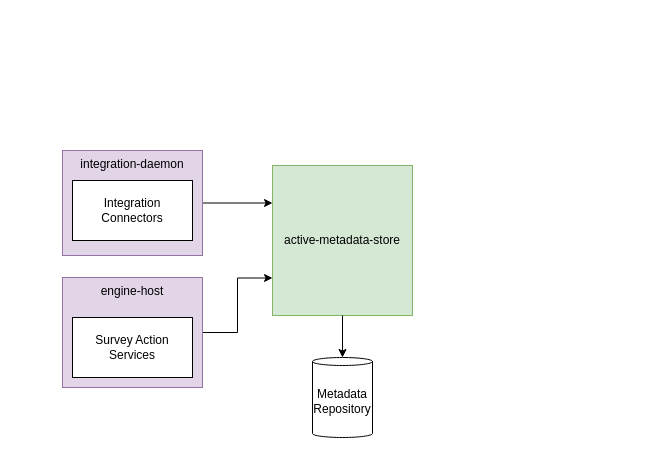
Before: page "Page-16" (16 of 16) of site/docs/frameworks/saf/survey-action.drawio in odpi/egeria-docs, a draw.io diagram. Source tidied: cells renumbered, new cells numbered last; positions are measured from the earlier drawing's top-left corner, leaving out a move shared by most shapes. Both pictures are drawn from the tidied source at 100%, with x=0, y=0 at pixel (62, 150).
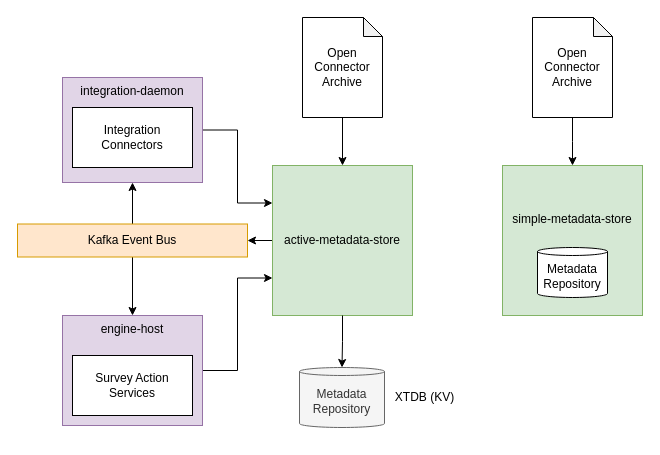
The same diagram, later.

The change refers to these unchanged cells:
```xml
<mxCell id="2" value="active-metadata-store" style="rounded=0;whiteSpace=wrap;html=1;verticalAlign=middle;fillColor=#d5e8d4;strokeColor=#82b366;" parent="1" vertex="1">
  <mxGeometry x="210" y="15" width="140" height="150" as="geometry" />
</mxCell>
```

What changed in the source:
```diff
@@
+    <mxCell id="11" style="edgeStyle=orthogonalEdgeStyle;rounded=0;jettySize=auto;html=1;exitX=0;exitY=0.5;exitDx=0;exitDy=0;entryX=1;entryY=0.5;entryDx=0;entryDy=0;" parent="1" edge="1" source="2" target="17">
+      <mxGeometry relative="1" as="geometry" />
+    </mxCell>
@@
     <mxCell id="4" value="integration-daemon" style="rounded=0;whiteSpace=wrap;html=1;verticalAlign=top;fillColor=#e1d5e7;strokeColor=#9673a6;" parent="1" vertex="1">
-      <mxGeometry width="140" height="105" as="geometry" />
+      <mxGeometry y="-73" width="140" height="105" as="geometry" />
     </mxCell>
@@
     <mxCell id="6" value="engine-host" style="rounded=0;whiteSpace=wrap;html=1;verticalAlign=top;fillColor=#e1d5e7;strokeColor=#9673a6;" parent="1" vertex="1">
-      <mxGeometry y="127" width="140" height="110" as="geometry" />
+      <mxGeometry y="165" width="140" height="110" as="geometry" />
     </mxCell>
     <mxCell id="7" value="Survey Action&lt;br&gt;Services" style="rounded=0;whiteSpace=wrap;html=1;" parent="1" vertex="1">
-      <mxGeometry x="10" y="167" width="120" height="60" as="geometry" />
+      <mxGeometry x="10" y="205" width="120" height="60" as="geometry" />
     </mxCell>
     <mxCell id="8" value="Integration&lt;br&gt;Connectors" style="rounded=0;whiteSpace=wrap;html=1;" parent="1" vertex="1">
-      <mxGeometry x="10" y="30" width="120" height="60" as="geometry" />
+      <mxGeometry x="10" y="-43" width="120" height="60" as="geometry" />
     </mxCell>
-    <mxCell id="9" value="Metadata&lt;br&gt;Repository" style="shape=cylinder3;whiteSpace=wrap;html=1;boundedLbl=1;backgroundOutline=1;size=4;" parent="1" vertex="1">
-      <mxGeometry x="250" y="207" width="60" height="80" as="geometry" />
+    <mxCell id="9" value="Metadata&lt;br&gt;Repository" style="shape=cylinder3;whiteSpace=wrap;html=1;boundedLbl=1;backgroundOutline=1;size=4;fillColor=#f5f5f5;fontColor=#333333;strokeColor=#666666;" parent="1" vertex="1">
+      <mxGeometry x="237" y="217" width="85" height="60" as="geometry" />
     </mxCell>
@@
+    <mxCell id="12" value="simple-metadata-store&lt;br&gt;&lt;br&gt;&lt;br&gt;&lt;br&gt;" style="rounded=0;whiteSpace=wrap;html=1;verticalAlign=middle;fillColor=#d5e8d4;strokeColor=#82b366;" parent="1" vertex="1">
+      <mxGeometry x="440" y="15" width="140" height="150" as="geometry" />
+    </mxCell>
+    <mxCell id="13" value="Metadata&lt;br&gt;Repository" style="shape=cylinder3;whiteSpace=wrap;html=1;boundedLbl=1;backgroundOutline=1;size=4;" parent="1" vertex="1">
+      <mxGeometry x="475" y="97" width="70" height="50" as="geometry" />
+    </mxCell>
+    <mxCell id="14" value="XTDB (KV)" style="text;html=1;align=center;verticalAlign=middle;strokeColor=none;fillColor=none;" parent="1" vertex="1">
+      <mxGeometry x="322" y="232" width="80" height="30" as="geometry" />
+    </mxCell>
+    <mxCell id="15" style="edgeStyle=orthogonalEdgeStyle;rounded=0;jettySize=auto;html=1;exitX=0.5;exitY=0;exitDx=0;exitDy=0;entryX=0.5;entryY=1;entryDx=0;entryDy=0;" parent="1" edge="1" source="17" target="4">
+      <mxGeometry relative="1" as="geometry" />
+    </mxCell>
+    <mxCell id="16" style="edgeStyle=orthogonalEdgeStyle;rounded=0;jettySize=auto;html=1;exitX=0.5;exitY=1;exitDx=0;exitDy=0;" parent="1" edge="1" source="17" target="6">
+      <mxGeometry relative="1" as="geometry" />
+    </mxCell>
+    <mxCell id="17" value="Kafka Event Bus" style="rounded=0;whiteSpace=wrap;html=1;fillColor=#ffe6cc;strokeColor=#d79b00;" parent="1" vertex="1">
+      <mxGeometry x="-45" y="73.5" width="230" height="33" as="geometry" />
+    </mxCell>
+    <mxCell id="18" style="edgeStyle=orthogonalEdgeStyle;rounded=0;jettySize=auto;html=1;exitX=0.5;exitY=1;exitDx=0;exitDy=0;exitPerimeter=0;" parent="1" edge="1" source="19" target="2">
+      <mxGeometry relative="1" as="geometry" />
+    </mxCell>
+    <mxCell id="19" value="Open&lt;br&gt;Connector&lt;br&gt;Archive" style="shape=note;whiteSpace=wrap;html=1;backgroundOutline=1;darkOpacity=0.05;size=19;" parent="1" vertex="1">
+      <mxGeometry x="240" y="-133" width="80" height="100" as="geometry" />
+    </mxCell>
+    <mxCell id="20" style="edgeStyle=orthogonalEdgeStyle;rounded=0;jettySize=auto;html=1;exitX=0.5;exitY=1;exitDx=0;exitDy=0;exitPerimeter=0;" parent="1" edge="1" source="21">
+      <mxGeometry relative="1" as="geometry">
+        <mxPoint x="510" y="15" as="targetPoint" />
+      </mxGeometry>
+    </mxCell>
+    <mxCell id="21" value="Open&lt;br&gt;Connector&lt;br&gt;Archive" style="shape=note;whiteSpace=wrap;html=1;backgroundOutline=1;darkOpacity=0.05;size=19;" parent="1" vertex="1">
+      <mxGeometry x="470" y="-133" width="80" height="100" as="geometry" />
+    </mxCell>
```
